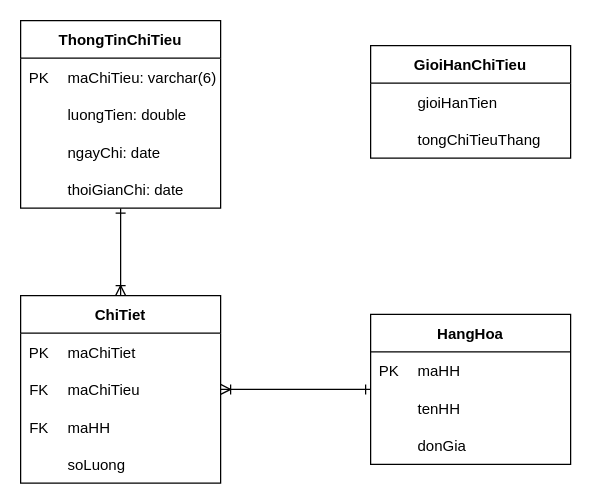
Before: Diagrams/ERD.drawio in AkallHuynh/IS216.L21.HTCL-Java, a draw.io diagram. Source tidied: cells renumbered, new cells numbered last; positions are measured from the earlier drawing's top-left corner, leaving out a move shared by most shapes. Both pictures are drawn from the tidied source at 125%, with x=0, y=0 at pixel (20, 20).
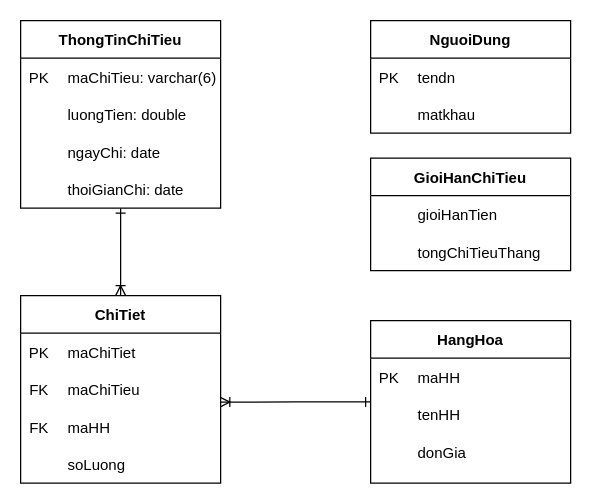
After the change.

Unchanged cells that the change refers to:
```xml
<mxCell id="37" value="ChiTiet" style="swimlane;fontStyle=1;horizontal=1;startSize=30;fillColor=#ffffff;swimlaneFillColor=#ffffff;" parent="1" vertex="1">
  <mxGeometry y="220" width="160" height="150" as="geometry" />
</mxCell>
<mxCell id="42" style="shape=partialRectangle;fillColor=none;top=0;left=0;bottom=0;right=0;points=[[0,0.5],[1,0.5]];portConstraint=eastwest;" parent="38" vertex="1">
  <mxGeometry y="30" width="160" height="30" as="geometry" />
</mxCell>
```

What changed in the source:
```diff
@@
     <mxCell id="17" value="GioiHanChiTieu" style="swimlane;fontStyle=1;horizontal=1;startSize=30;fillColor=#ffffff;swimlaneFillColor=#ffffff;" parent="1" vertex="1">
-      <mxGeometry x="280" y="20" width="160" height="90" as="geometry" />
+      <mxGeometry x="280" y="110" width="160" height="90" as="geometry" />
     </mxCell>
@@
-    <mxCell id="25" style="edgeStyle=orthogonalEdgeStyle;rounded=0;jettySize=auto;html=1;endArrow=ERoneToMany;endFill=0;startArrow=ERone;startFill=0;" parent="1" edge="1" source="26" target="37">
+    <mxCell id="25" style="edgeStyle=orthogonalEdgeStyle;rounded=0;jettySize=auto;html=1;endArrow=ERoneToMany;endFill=0;startArrow=ERone;startFill=0;entryX=0.996;entryY=0.84;entryDx=0;entryDy=0;entryPerimeter=0;" parent="1" edge="1" source="26" target="42">
       <mxGeometry relative="1" as="geometry" />
     </mxCell>
     <mxCell id="26" value="HangHoa" style="swimlane;fontStyle=1;horizontal=1;startSize=30;fillColor=#ffffff;swimlaneFillColor=#ffffff;" parent="1" vertex="1">
-      <mxGeometry x="280" y="235" width="160" height="120" as="geometry" />
+      <mxGeometry x="280" y="240" width="160" height="130" as="geometry" />
     </mxCell>
     <mxCell id="27" style="shape=table;startSize=0;childLayout=tableLayout;rowLines=0;fontStyle=0;align=center;strokeColor=none;fillColor=none;" parent="26" vertex="1">
-      <mxGeometry y="30" width="160" height="90" as="geometry" />
+      <mxGeometry y="30" width="160" height="100" as="geometry" />
     </mxCell>
@@
+    <mxCell id="51" value="NguoiDung" style="swimlane;fontStyle=1;horizontal=1;startSize=30;fillColor=#ffffff;swimlaneFillColor=#ffffff;" parent="1" vertex="1">
+      <mxGeometry x="280" width="160" height="90" as="geometry" />
+    </mxCell>
+    <mxCell id="52" style="shape=table;startSize=0;childLayout=tableLayout;rowLines=0;fontStyle=0;align=center;strokeColor=none;fillColor=none;" parent="51" vertex="1">
+      <mxGeometry y="30" width="160" height="60" as="geometry" />
+    </mxCell>
+    <mxCell id="53" style="shape=partialRectangle;fillColor=none;top=0;left=0;bottom=0;right=0;" parent="52" vertex="1">
+      <mxGeometry width="160" height="30" as="geometry" />
+    </mxCell>
+    <mxCell id="54" value="PK" style="shape=partialRectangle;fillColor=none;top=0;left=0;bottom=0;right=0;overflow=hidden;" parent="53" vertex="1">
+      <mxGeometry width="30" height="30" as="geometry" />
+    </mxCell>
+    <mxCell id="55" value="tendn" style="shape=partialRectangle;fillColor=none;top=0;left=0;bottom=0;right=0;align=left;spacingLeft=6;overflow=hidden;" parent="53" vertex="1">
+      <mxGeometry x="30" width="130" height="30" as="geometry" />
+    </mxCell>
+    <mxCell id="56" style="shape=partialRectangle;fillColor=none;top=0;left=0;bottom=0;right=0;" parent="52" vertex="1">
+      <mxGeometry y="30" width="160" height="30" as="geometry" />
+    </mxCell>
+    <mxCell id="57" style="shape=partialRectangle;fillColor=none;top=0;left=0;bottom=0;right=0;overflow=hidden;" parent="56" vertex="1">
+      <mxGeometry width="30" height="30" as="geometry" />
+    </mxCell>
+    <mxCell id="58" value="matkhau" style="shape=partialRectangle;fillColor=none;top=0;left=0;bottom=0;right=0;align=left;spacingLeft=6;overflow=hidden;" parent="56" vertex="1">
+      <mxGeometry x="30" width="130" height="30" as="geometry" />
+    </mxCell>
```
